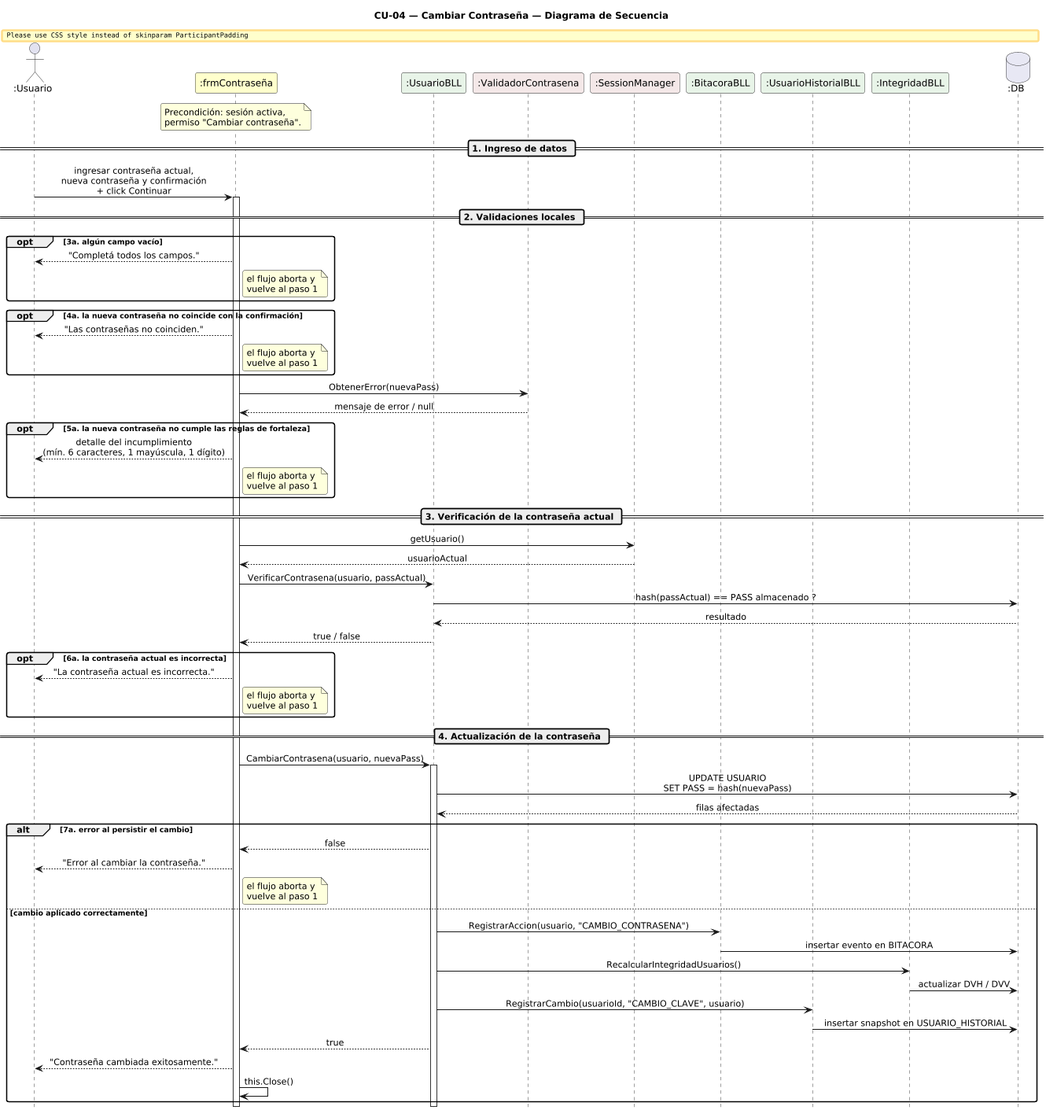
The PlantUML diagram DIAGRAMAS/DiagramaSecuencia_CU04_CambiarContrasena.png in Urrels/ingenieria_software, before a commit. Source of this version:
```plantuml
@startuml DiagramaSecuencia_CU04_CambiarContrasena

title CU-04 — Cambiar Contraseña — Diagrama de Secuencia

skinparam shadowing false
skinparam roundcorner 6
skinparam sequenceArrowThickness 1.2
skinparam ParticipantPadding 14
skinparam sequenceMessageAlign center
hide footbox
scale 0.85

actor       ":Usuario"                as U
participant ":frmContraseña"          as FC #FEFECE
participant ":UsuarioBLL"             as UB #E8F4E8
participant ":ValidadorContrasena"    as VC #F4E8E8
participant ":SessionManager"         as SM #F4E8E8
participant ":BitacoraBLL"            as BB #E8F4E8
participant ":UsuarioHistorialBLL"    as UH #E8F4E8
participant ":IntegridadBLL"          as IB #E8F4E8
database    ":DB"                     as DB #E8E8F4

note over FC
  Precondición: sesión activa,
  permiso "Cambiar contraseña".
end note

== 1. Ingreso de datos ==

U -> FC : ingresar contraseña actual,\nnueva contraseña y confirmación\n+ click Continuar
activate FC

== 2. Validaciones locales ==

opt 3a. algún campo vacío
  FC --> U : "Completá todos los campos."
  note right of FC : el flujo aborta y\nvuelve al paso 1
end

opt 4a. la nueva contraseña no coincide con la confirmación
  FC --> U : "Las contraseñas no coinciden."
  note right of FC : el flujo aborta y\nvuelve al paso 1
end

FC -> VC : ObtenerError(nuevaPass)
VC --> FC : mensaje de error / null

opt 5a. la nueva contraseña no cumple las reglas de fortaleza
  FC --> U : detalle del incumplimiento\n(mín. 6 caracteres, 1 mayúscula, 1 dígito)
  note right of FC : el flujo aborta y\nvuelve al paso 1
end

== 3. Verificación de la contraseña actual ==

FC -> SM : getUsuario()
SM --> FC : usuarioActual

FC -> UB : VerificarContrasena(usuario, passActual)
UB -> DB : hash(passActual) == PASS almacenado ?
DB --> UB : resultado
UB --> FC : true / false

opt 6a. la contraseña actual es incorrecta
  FC --> U : "La contraseña actual es incorrecta."
  note right of FC : el flujo aborta y\nvuelve al paso 1
end

== 4. Actualización de la contraseña ==

FC -> UB : CambiarContrasena(usuario, nuevaPass)
activate UB

UB -> DB : UPDATE USUARIO\nSET PASS = hash(nuevaPass)
DB --> UB : filas afectadas

alt 7a. error al persistir el cambio
  UB --> FC : false
  FC --> U : "Error al cambiar la contraseña."
  note right of FC : el flujo aborta y\nvuelve al paso 1

else cambio aplicado correctamente
  UB -> BB : RegistrarAccion(usuario, "CAMBIO_CONTRASENA")
  BB -> DB : insertar evento en BITACORA

  UB -> IB : RecalcularIntegridadUsuarios()
  IB -> DB : actualizar DVH / DVV

  UB -> UH : RegistrarCambio(usuarioId, "CAMBIO_CLAVE", usuario)
  UH -> DB : insertar snapshot en USUARIO_HISTORIAL

  UB --> FC : true
  FC --> U : "Contraseña cambiada exitosamente."
  FC -> FC : this.Close()
end
deactivate UB
deactivate FC

@enduml
```
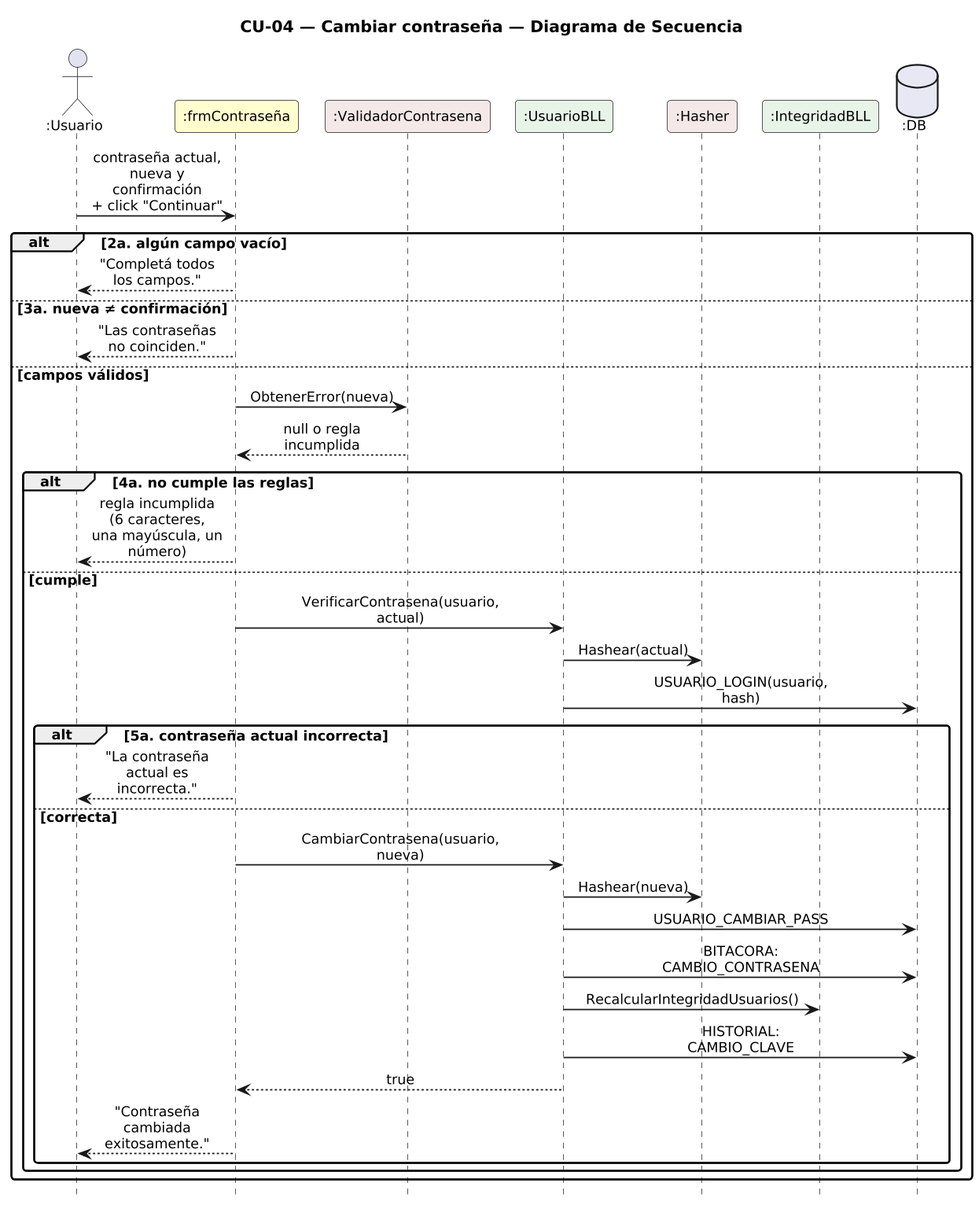
Above is the later version.

The edit, as a diff of the source:
```diff
@@ -1,98 +1,53 @@
 @startuml DiagramaSecuencia_CU04_CambiarContrasena
 
-title CU-04 — Cambiar Contraseña — Diagrama de Secuencia
+title CU-04 — Cambiar contraseña — Diagrama de Secuencia
 
 skinparam shadowing false
 skinparam roundcorner 6
 skinparam sequenceArrowThickness 1.2
-skinparam ParticipantPadding 14
+skinparam ParticipantPadding 6
+skinparam BoxPadding 4
+skinparam maxMessageSize 115
 skinparam sequenceMessageAlign center
+skinparam defaultFontSize 12
+skinparam dpi 140
 hide footbox
-scale 0.85
 
-actor       ":Usuario"                as U
-participant ":frmContraseña"          as FC #FEFECE
-participant ":UsuarioBLL"             as UB #E8F4E8
-participant ":ValidadorContrasena"    as VC #F4E8E8
-participant ":SessionManager"         as SM #F4E8E8
-participant ":BitacoraBLL"            as BB #E8F4E8
-participant ":UsuarioHistorialBLL"    as UH #E8F4E8
-participant ":IntegridadBLL"          as IB #E8F4E8
-database    ":DB"                     as DB #E8E8F4
+actor ":Usuario" as U
+participant ":frmContraseña" as F #FEFECE
+participant ":ValidadorContrasena" as V #F4E8E8
+participant ":UsuarioBLL" as B #E8F4E8
+participant ":Hasher" as H #F4E8E8
+participant ":IntegridadBLL" as I #E8F4E8
+database ":DB" as DB #E8E8F4
 
-note over FC
-  Precondición: sesión activa,
-  permiso "Cambiar contraseña".
-end note
-
-== 1. Ingreso de datos ==
-
-U -> FC : ingresar contraseña actual,\nnueva contraseña y confirmación\n+ click Continuar
-activate FC
-
-== 2. Validaciones locales ==
-
-opt 3a. algún campo vacío
-  FC --> U : "Completá todos los campos."
-  note right of FC : el flujo aborta y\nvuelve al paso 1
+U -> F : contraseña actual, nueva y confirmación\n+ click "Continuar"
+alt 2a. algún campo vacío
+  F --> U : "Completá todos los campos."
+else 3a. nueva ≠ confirmación
+  F --> U : "Las contraseñas no coinciden."
+else campos válidos
+  F -> V : ObtenerError(nueva)
+  V --> F : null o regla incumplida
+  alt 4a. no cumple las reglas
+    F --> U : regla incumplida (6 caracteres,\nuna mayúscula, un número)
+  else cumple
+    F -> B : VerificarContrasena(usuario, actual)
+    B -> H : Hashear(actual)
+    B -> DB : USUARIO_LOGIN(usuario, hash)
+    alt 5a. contraseña actual incorrecta
+      F --> U : "La contraseña actual es incorrecta."
+    else correcta
+      F -> B : CambiarContrasena(usuario, nueva)
+      B -> H : Hashear(nueva)
+      B -> DB : USUARIO_CAMBIAR_PASS
+      B -> DB : BITACORA: CAMBIO_CONTRASENA
+      B -> I : RecalcularIntegridadUsuarios()
+      B -> DB : HISTORIAL: CAMBIO_CLAVE
+      B --> F : true
+      F --> U : "Contraseña cambiada exitosamente."
+    end
+  end
 end
 
-opt 4a. la nueva contraseña no coincide con la confirmación
-  FC --> U : "Las contraseñas no coinciden."
-  note right of FC : el flujo aborta y\nvuelve al paso 1
-end
-
-FC -> VC : ObtenerError(nuevaPass)
-VC --> FC : mensaje de error / null
-
-opt 5a. la nueva contraseña no cumple las reglas de fortaleza
-  FC --> U : detalle del incumplimiento\n(mín. 6 caracteres, 1 mayúscula, 1 dígito)
-  note right of FC : el flujo aborta y\nvuelve al paso 1
-end
-
-== 3. Verificación de la contraseña actual ==
-
-FC -> SM : getUsuario()
-SM --> FC : usuarioActual
-
-FC -> UB : VerificarContrasena(usuario, passActual)
-UB -> DB : hash(passActual) == PASS almacenado ?
-DB --> UB : resultado
-UB --> FC : true / false
-
-opt 6a. la contraseña actual es incorrecta
-  FC --> U : "La contraseña actual es incorrecta."
-  note right of FC : el flujo aborta y\nvuelve al paso 1
-end
-
-== 4. Actualización de la contraseña ==
-
-FC -> UB : CambiarContrasena(usuario, nuevaPass)
-activate UB
-
-UB -> DB : UPDATE USUARIO\nSET PASS = hash(nuevaPass)
-DB --> UB : filas afectadas
-
-alt 7a. error al persistir el cambio
-  UB --> FC : false
-  FC --> U : "Error al cambiar la contraseña."
-  note right of FC : el flujo aborta y\nvuelve al paso 1
-
-else cambio aplicado correctamente
-  UB -> BB : RegistrarAccion(usuario, "CAMBIO_CONTRASENA")
-  BB -> DB : insertar evento en BITACORA
-
-  UB -> IB : RecalcularIntegridadUsuarios()
-  IB -> DB : actualizar DVH / DVV
-
-  UB -> UH : RegistrarCambio(usuarioId, "CAMBIO_CLAVE", usuario)
-  UH -> DB : insertar snapshot en USUARIO_HISTORIAL
-
-  UB --> FC : true
-  FC --> U : "Contraseña cambiada exitosamente."
-  FC -> FC : this.Close()
-end
-deactivate UB
-deactivate FC
-
 @enduml
```
